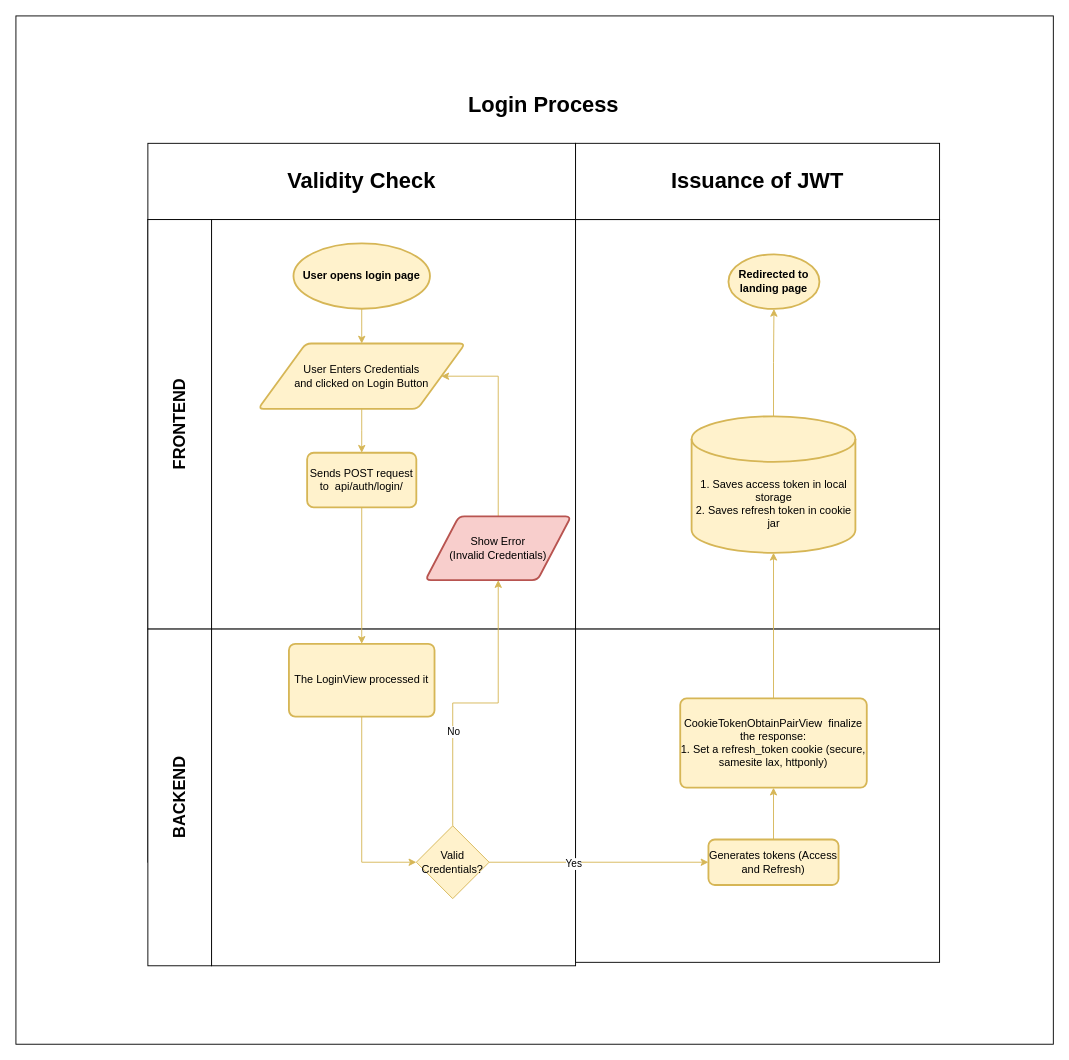
Earlier version of the draw.io diagram page "auth_login-process" (1 of 4) of E-Commerce Process Flow.drawio (RHILIUS/drawio). Source tidied: cells renumbered, new cells numbered last; positions are measured from the earlier drawing's top-left corner, leaving out a move shared by most shapes. Both pictures are drawn from the tidied source at 91%, with x=0, y=0 at pixel (15, 15).
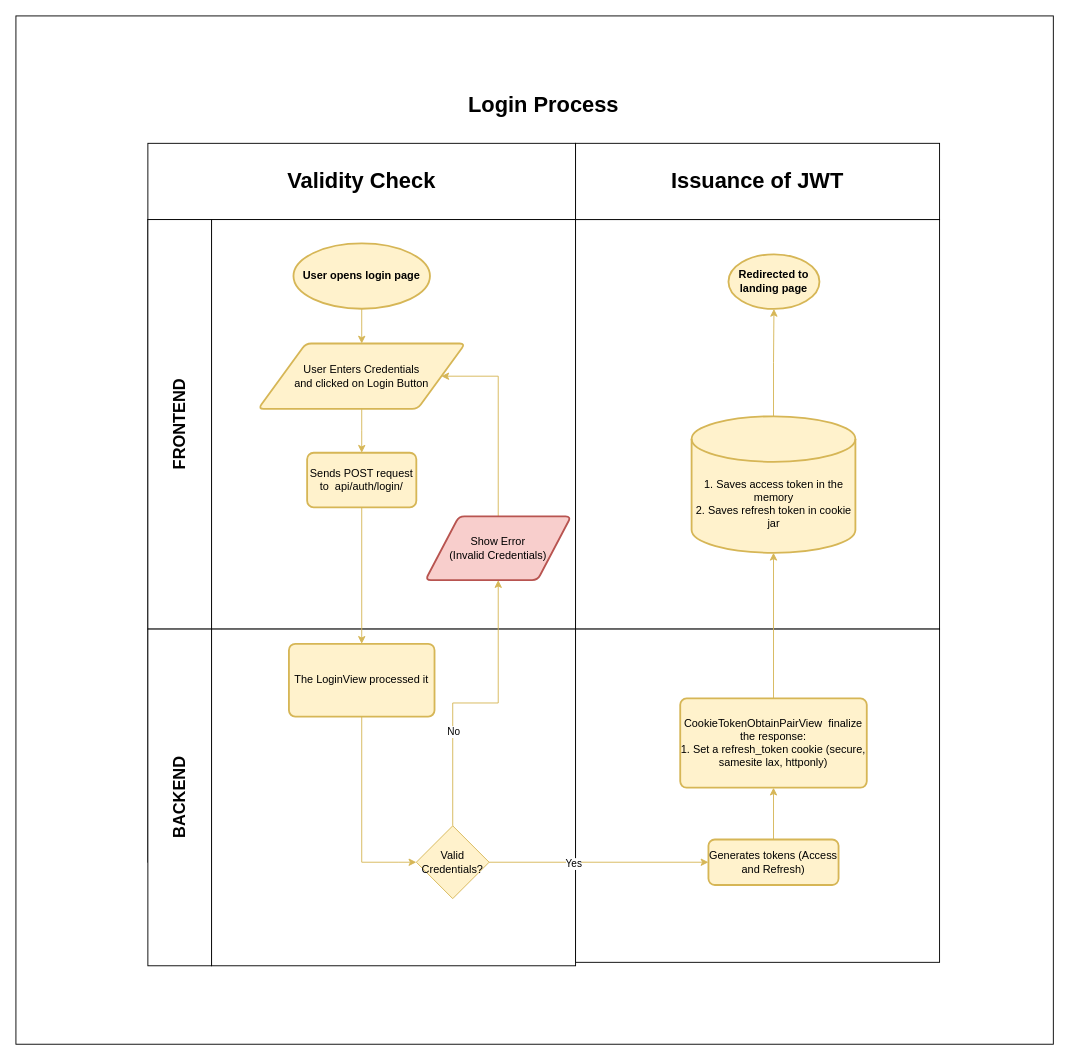
Above is the later version.

Commit message (it also covers changes not shown here):
feat: change storage of accessToken from localStorage to memory

The edit, as a diff of the source:
```diff
@@
-    <mxCell id="35" value="&lt;div&gt;&lt;br&gt;&lt;/div&gt;&lt;div&gt;&lt;br&gt;&lt;/div&gt;&lt;div&gt;&lt;br&gt;&lt;/div&gt;1. Saves access token in local storage&lt;br&gt;2. Saves refresh token in cookie jar" style="strokeWidth=2;html=1;shape=mxgraph.flowchart.database;whiteSpace=wrap;fillColor=#fff2cc;strokeColor=#d6b656;" parent="1" vertex="1">
+    <mxCell id="35" value="&lt;div&gt;&lt;br&gt;&lt;/div&gt;&lt;div&gt;&lt;br&gt;&lt;/div&gt;&lt;div&gt;&lt;br&gt;&lt;/div&gt;1. Saves access token in the memory&lt;br&gt;2. Saves refresh token in cookie jar" style="strokeWidth=2;html=1;shape=mxgraph.flowchart.database;whiteSpace=wrap;fillColor=#fff2cc;strokeColor=#d6b656;" parent="1" vertex="1">
       <mxGeometry x="742.5" y="440" width="180" height="150" as="geometry" />
     </mxCell>
```
